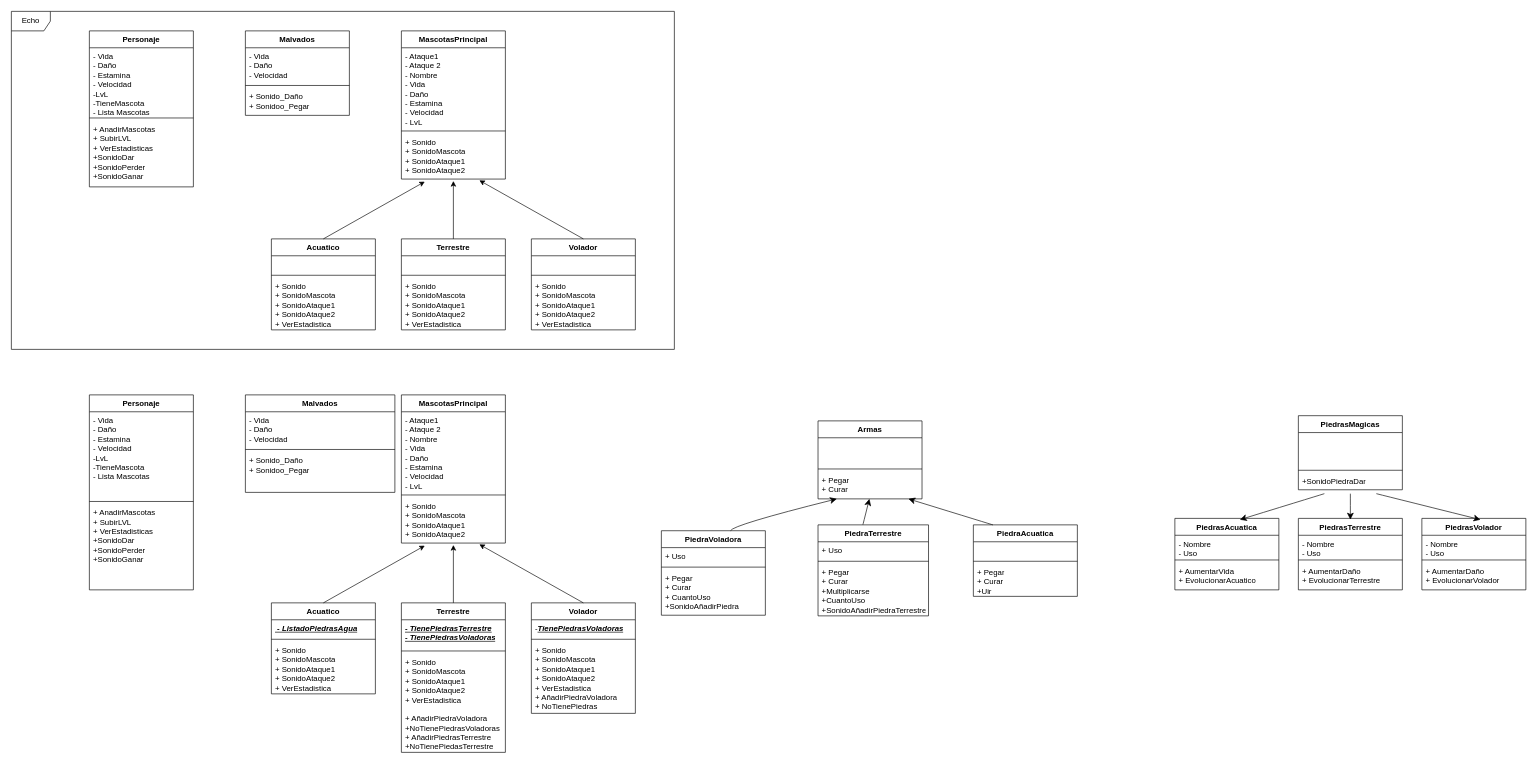
The draw.io diagram Diagrama.drawio in PereMateuRodriguez/Proyecto_Pokimin, before the edit. Source tidied: cells renumbered, new cells numbered last; positions are measured from the earlier drawing's top-left corner, leaving out a move shared by most shapes. Both pictures are drawn from the tidied source at 65%, with x=0, y=0 at pixel (11, 11).
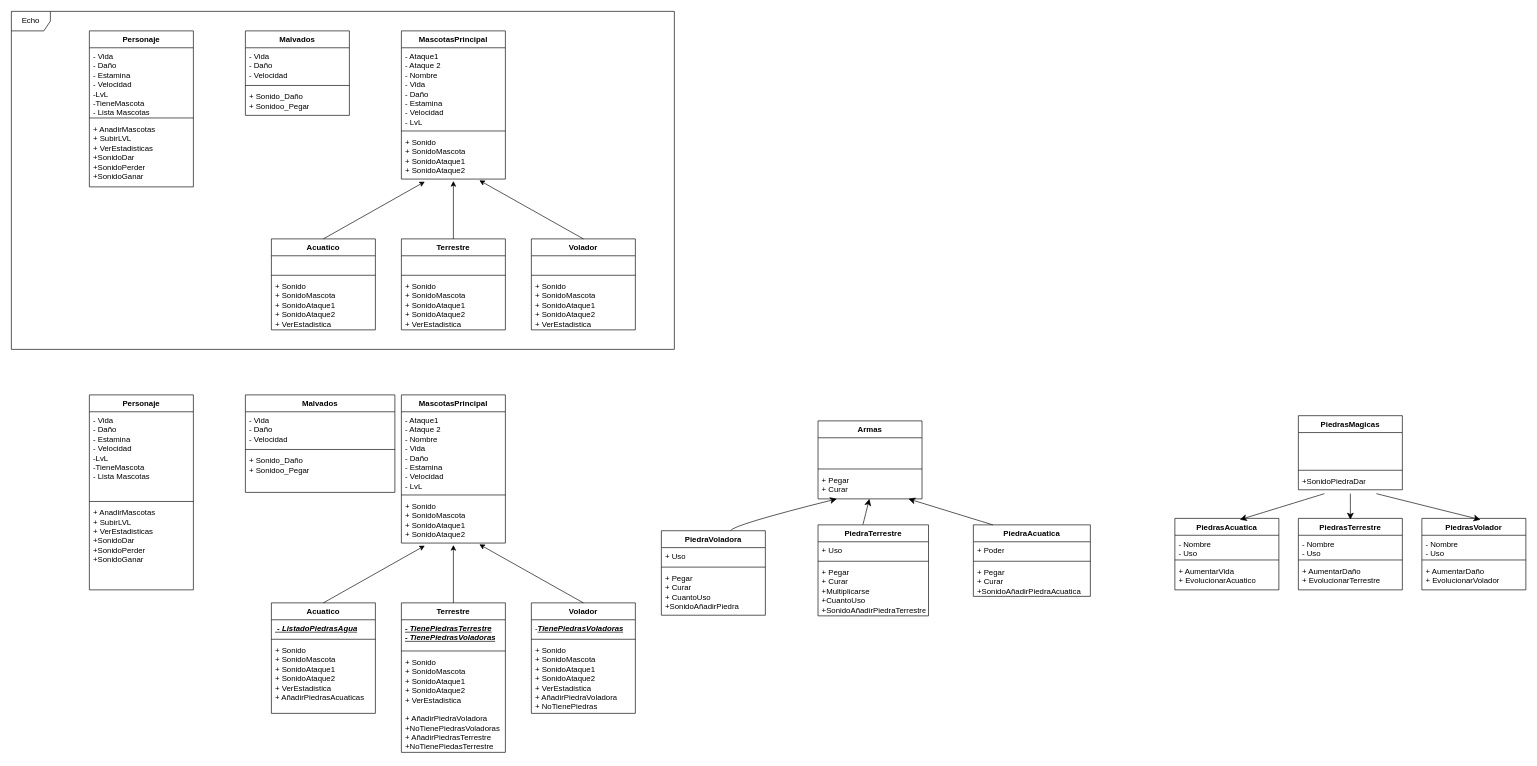
Above is the later version.

Diff of the diagram source:
```diff
@@
     <mxCell id="42" value="Acuatico" style="swimlane;fontStyle=1;align=center;verticalAlign=top;horizontal=1;startSize=26;whiteSpace=wrap;html=1;" parent="1" vertex="1">
-      <mxGeometry x="400" y="910" width="160" height="140" as="geometry" />
+      <mxGeometry x="400" y="910" width="160" height="170" as="geometry" />
     </mxCell>
@@
-    <mxCell id="45" value="+ Sonido&lt;br style=&quot;border-color: var(--border-color);&quot;&gt;+ SonidoMascota&lt;br style=&quot;border-color: var(--border-color);&quot;&gt;+ SonidoAtaque1&lt;br style=&quot;border-color: var(--border-color);&quot;&gt;+ SonidoAtaque2&lt;br&gt;+ VerEstadistica" style="text;strokeColor=none;fillColor=none;align=left;verticalAlign=top;spacingLeft=4;spacingRight=4;overflow=hidden;whiteSpace=wrap;html=1;" parent="42" vertex="1">
-      <mxGeometry y="60" width="160" height="80" as="geometry" />
+    <mxCell id="45" value="+ Sonido&lt;br style=&quot;border-color: var(--border-color);&quot;&gt;+ SonidoMascota&lt;br style=&quot;border-color: var(--border-color);&quot;&gt;+ SonidoAtaque1&lt;br style=&quot;border-color: var(--border-color);&quot;&gt;+ SonidoAtaque2&lt;br&gt;+ VerEstadistica&lt;div&gt;+ AñadirPiedrasAcuaticas&lt;/div&gt;&lt;div&gt;&lt;br&gt;&lt;/div&gt;" style="text;strokeColor=none;fillColor=none;align=left;verticalAlign=top;spacingLeft=4;spacingRight=4;overflow=hidden;whiteSpace=wrap;html=1;" parent="42" vertex="1">
+      <mxGeometry y="60" width="160" height="110" as="geometry" />
     </mxCell>
@@
     <mxCell id="89" value="PiedraAcuatica" style="swimlane;fontStyle=1;align=center;verticalAlign=top;horizontal=1;startSize=26;whiteSpace=wrap;html=1;" parent="1" vertex="1">
-      <mxGeometry x="1480" y="790" width="160" height="110" as="geometry" />
+      <mxGeometry x="1480" y="790" width="180" height="110" as="geometry" />
     </mxCell>
-    <mxCell id="90" value="&lt;div&gt;&lt;br&gt;&lt;/div&gt;&lt;div&gt;&lt;br&gt;&lt;/div&gt;&lt;div&gt;&lt;br&gt;&lt;/div&gt;" style="text;strokeColor=none;fillColor=none;align=left;verticalAlign=top;spacingLeft=4;spacingRight=4;overflow=hidden;whiteSpace=wrap;html=1;" parent="89" vertex="1">
-      <mxGeometry y="26" width="160" height="26" as="geometry" />
+    <mxCell id="90" value="&lt;div&gt;+ Poder&lt;/div&gt;&lt;div&gt;&lt;br&gt;&lt;/div&gt;&lt;div&gt;&lt;br&gt;&lt;/div&gt;" style="text;strokeColor=none;fillColor=none;align=left;verticalAlign=top;spacingLeft=4;spacingRight=4;overflow=hidden;whiteSpace=wrap;html=1;" parent="89" vertex="1">
+      <mxGeometry y="26" width="180" height="26" as="geometry" />
     </mxCell>
     <mxCell id="91" style="line;strokeWidth=1;fillColor=none;align=left;verticalAlign=middle;spacingTop=-1;spacingLeft=3;spacingRight=3;labelPosition=right;strokeColor=inherit;" parent="89" vertex="1">
-      <mxGeometry y="52" width="160" height="8" as="geometry" />
+      <mxGeometry y="52" width="180" height="8" as="geometry" />
     </mxCell>
-    <mxCell id="92" value="+ Pegar&lt;div&gt;+ Curar&lt;/div&gt;&lt;div&gt;+Uir&lt;/div&gt;" style="text;strokeColor=none;fillColor=none;align=left;verticalAlign=top;spacingLeft=4;spacingRight=4;overflow=hidden;whiteSpace=wrap;html=1;" parent="89" vertex="1">
-      <mxGeometry y="60" width="160" height="50" as="geometry" />
+    <mxCell id="92" value="+ Pegar&lt;div&gt;+ Curar&lt;/div&gt;&lt;div&gt;+SonidoAñadirPiedraAcuatica&lt;/div&gt;" style="text;strokeColor=none;fillColor=none;align=left;verticalAlign=top;spacingLeft=4;spacingRight=4;overflow=hidden;whiteSpace=wrap;html=1;" parent="89" vertex="1">
+      <mxGeometry y="60" width="180" height="50" as="geometry" />
     </mxCell>
```
